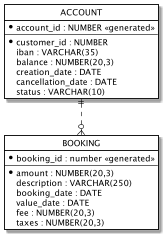
This is doc/data-definition-core-banking.png from scalvetr/costomer-single-view, a PlantUML export, as it was before one commit. The source it was exported from:
```plantuml
@startuml

hide circle

skinparam linetype ortho

<style>
classDiagram {
  BackGroundColor white
  LineThickness 1
  LineColor black
}
</style>

entity "ACCOUNT" as account {
* account_id : NUMBER <<generated>>
---
* customer_id : NUMBER
iban : VARCHAR(35)
balance : NUMBER(20,3)
creation_date : DATE
cancellation_date : DATE
status : VARCHAR(10)
}

entity "BOOKING" as booking {
* booking_id : number <<generated>>
---
* amount : NUMBER(20,3)
description : VARCHAR(250)
booking_date : DATE
value_date : DATE
fee : NUMBER(20,3)
taxes : NUMBER(20,3)
}

account ||..o{ booking

@enduml
```
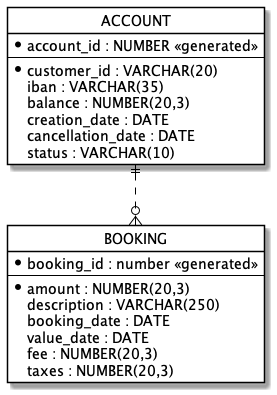
The same file after the commit.

Commit message:
data definition

Diff of the diagram source:
```diff
@@ -15,7 +15,7 @@
 entity "ACCOUNT" as account {
 * account_id : NUMBER <<generated>>
 ---
-* customer_id : NUMBER
+* customer_id : VARCHAR(20)
 iban : VARCHAR(35)
 balance : NUMBER(20,3)
 creation_date : DATE
```
